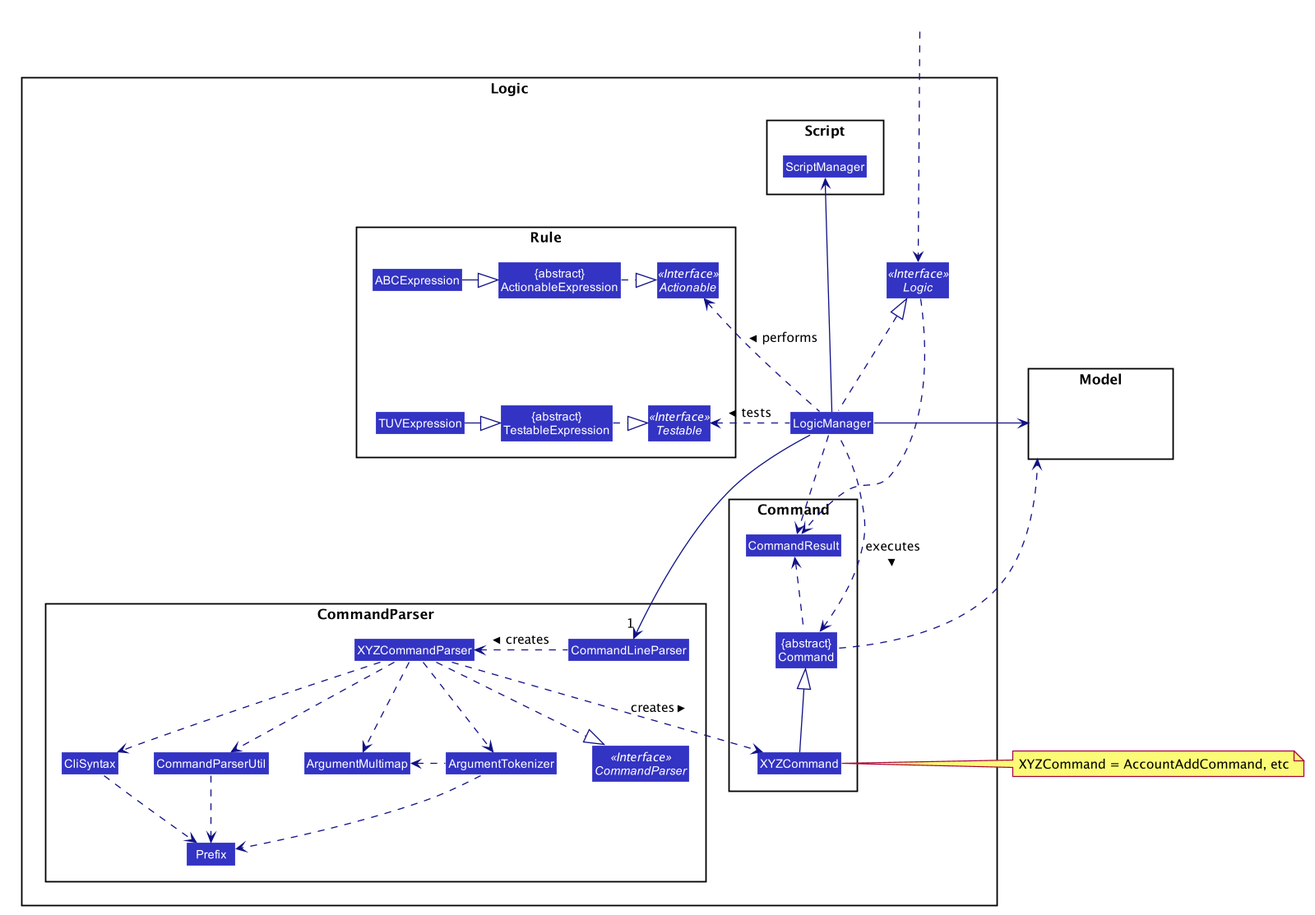
This is docs/images/LogicClassDiagram.png from nus-cs2103-AY1920S1/addressbook-level3, a PlantUML export, as it was before one commit.
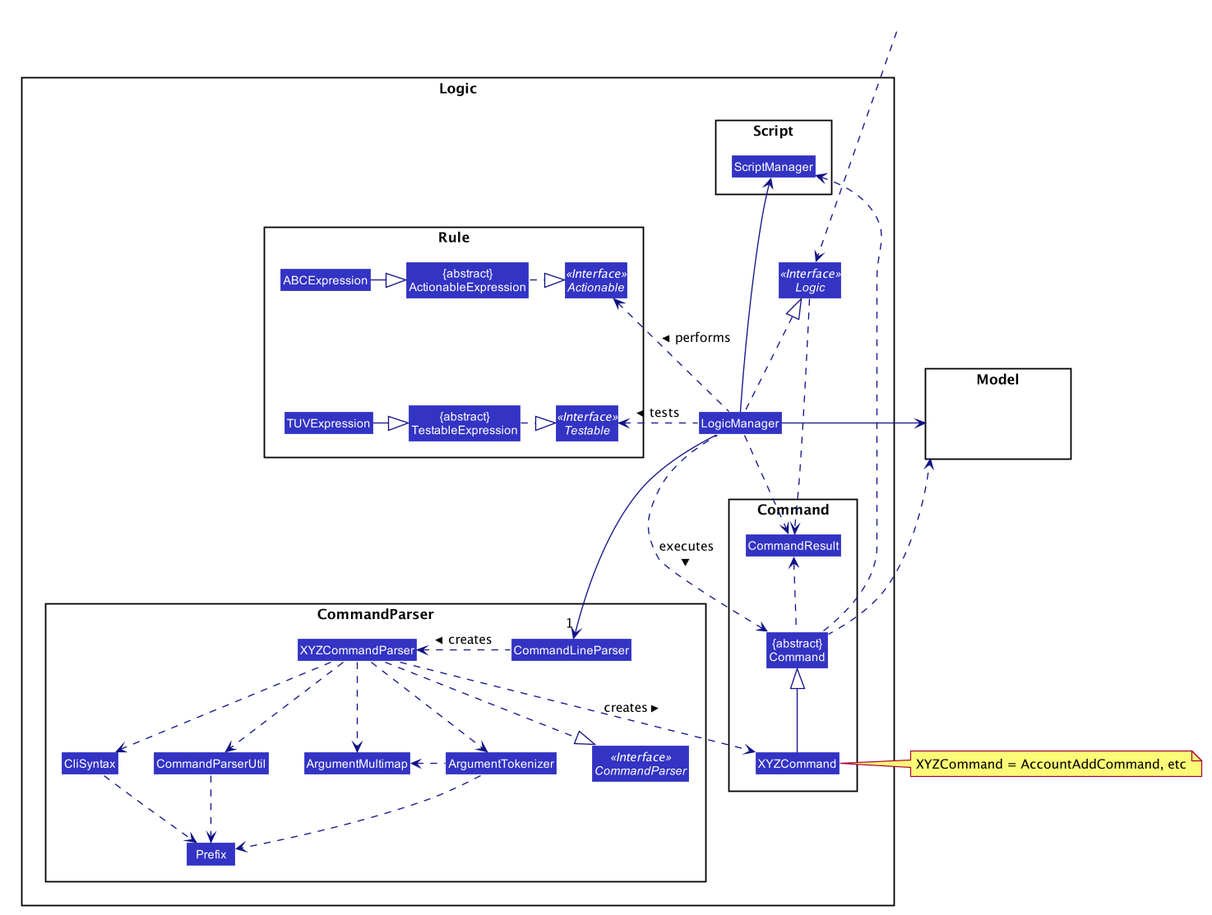
After the commit.

Commit message:
Fix missing dependency of Command on ScriptManager

What changed in the source:
```diff
@@ -120,6 +120,7 @@
 ActionableExpression -[hidden]-> TestableExpression
 
 LogicManager -up--> ScriptManager
+Command .up.> ScriptManager
 
 LogicManager -left-> Model
 Command .left.> Model
```
